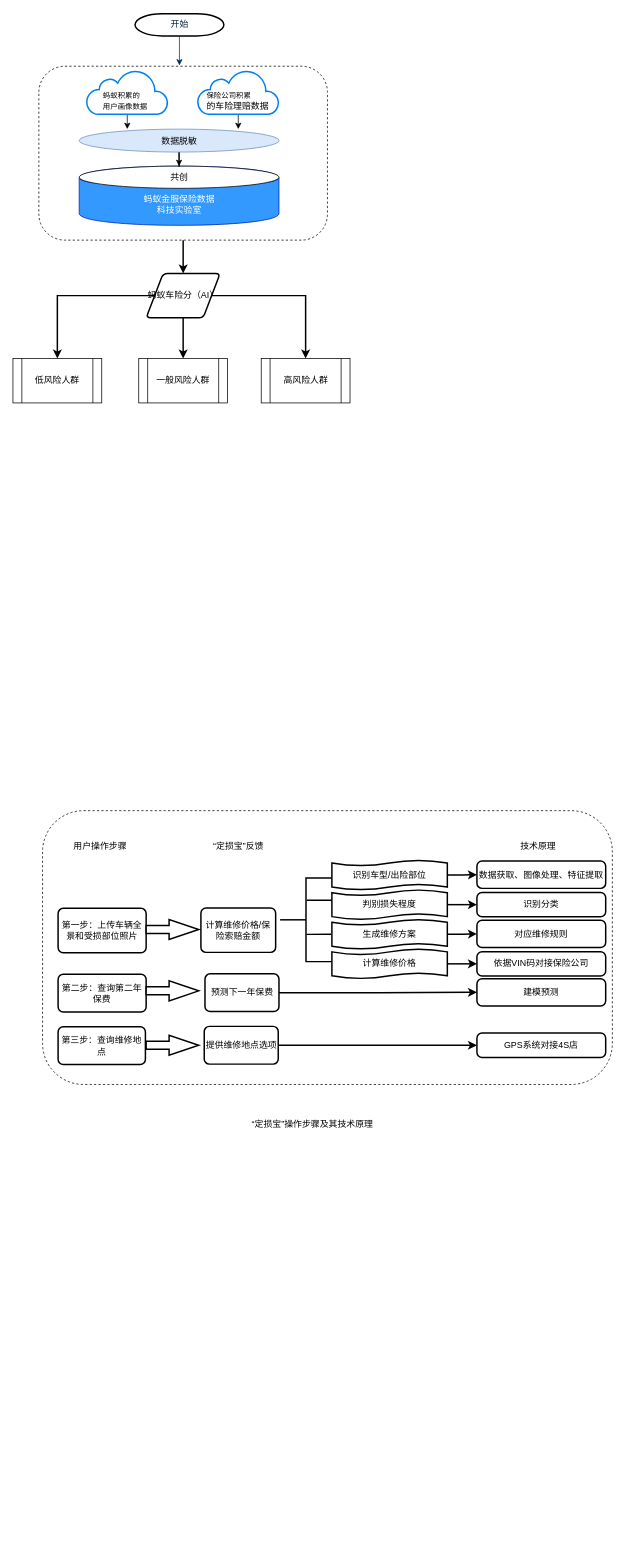
Before: 未命名表单.drawio in tanzhiquan/API_Docs, a draw.io diagram. Source tidied: cells renumbered, new cells numbered last; positions are measured from the earlier drawing's top-left corner, leaving out a move shared by most shapes. Both pictures are drawn from the tidied source at 74%, with x=0, y=0 at pixel (13, 13).
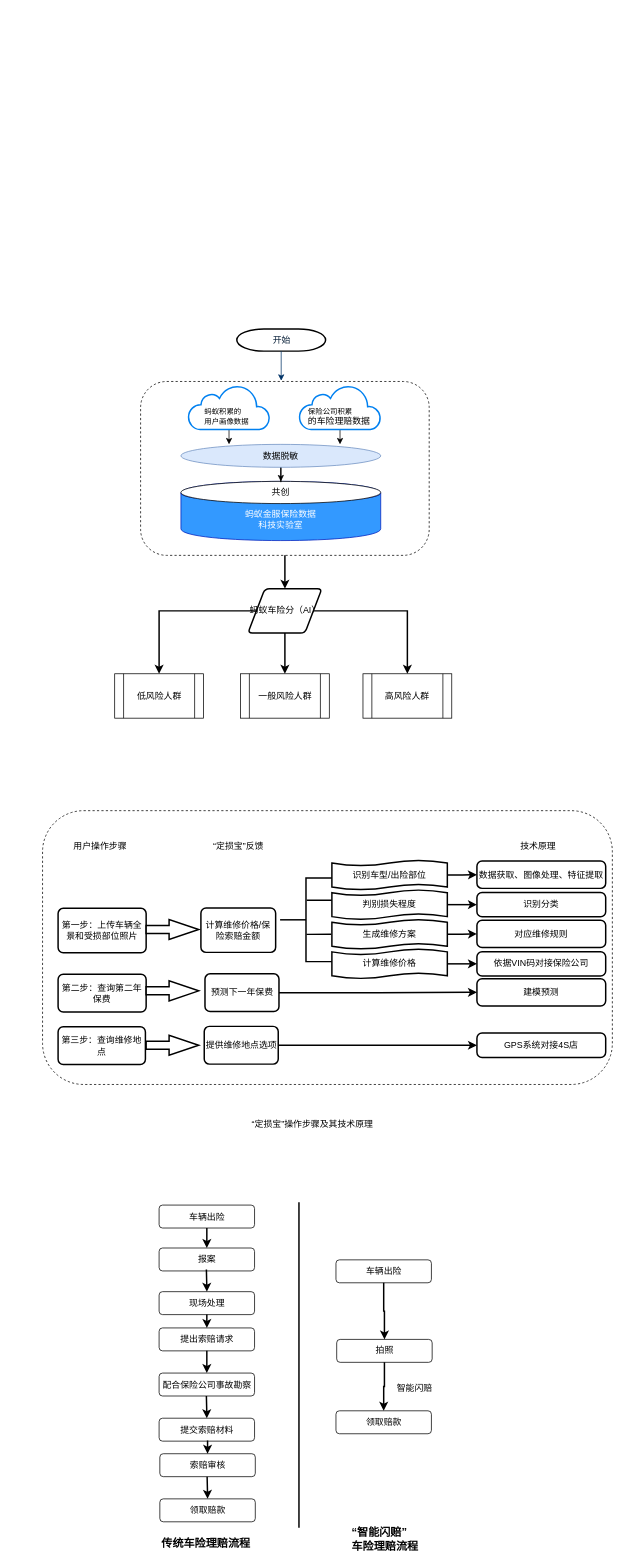
The same diagram, later.

Diff of the diagram source:
```diff
@@
     <mxCell id="2" value="开始" style="shape=mxgraph.flowchart.terminator;fillColor=#FFFFFF;strokeColor=#000000;strokeWidth=2;gradientColor=none;gradientDirection=north;fontColor=#001933;fontStyle=0;html=1;" parent="1" vertex="1">
-      <mxGeometry x="165" width="120" height="30" as="geometry" />
+      <mxGeometry x="302.5" y="426" width="120" height="30" as="geometry" />
     </mxCell>
     <mxCell id="3" style="fontColor=#001933;fontStyle=1;strokeColor=#003366;strokeWidth=1;html=1;" parent="1" edge="1" source="2">
       <mxGeometry relative="1" as="geometry">
-        <mxPoint x="225" y="70" as="targetPoint" />
+        <mxPoint x="362.5" y="496" as="targetPoint" />
       </mxGeometry>
     </mxCell>
     <mxCell id="4" value="蚂蚁金服保险数据&lt;br&gt;科技实验室" style="shape=cylinder;whiteSpace=wrap;html=1;boundedLbl=1;backgroundOutline=1;fillColor=#3399FF;strokeColor=#001DBC;fontColor=#ffffff;gradientColor=none;" parent="1" vertex="1">
-      <mxGeometry x="89.5" y="206" width="270" height="80" as="geometry" />
+      <mxGeometry x="227" y="632" width="270" height="80" as="geometry" />
     </mxCell>
     <mxCell id="5" value="共创" style="ellipse;whiteSpace=wrap;html=1;fillColor=#ffffff;" parent="1" vertex="1">
-      <mxGeometry x="89.5" y="206" width="270" height="30" as="geometry" />
+      <mxGeometry x="227" y="632" width="270" height="30" as="geometry" />
     </mxCell>
@@
     <mxCell id="7" value="数据脱敏" style="ellipse;whiteSpace=wrap;html=1;fillColor=#dae8fc;strokeColor=#6c8ebf;" parent="1" vertex="1">
-      <mxGeometry x="89.5" y="156" width="270" height="31" as="geometry" />
+      <mxGeometry x="227" y="582" width="270" height="31" as="geometry" />
     </mxCell>
@@
     <mxCell id="9" style="html=1;verticalLabelPosition=bottom;align=center;labelBackgroundColor=#ffffff;verticalAlign=top;strokeWidth=2;strokeColor=#0080F0;fillColor=#ffffff;shadow=0;dashed=0;shape=mxgraph.ios7.icons.cloud;" parent="1" vertex="1">
-      <mxGeometry x="99.5" y="76" width="110" height="60" as="geometry" />
+      <mxGeometry x="237" y="502" width="110" height="60" as="geometry" />
     </mxCell>
     <mxCell id="10" value="&lt;font style=&quot;font-size: 10px&quot;&gt;蚂蚁积累的&lt;br style=&quot;font-size: 10px&quot;&gt;用户画像数据&lt;/font&gt;" style="text;html=1;align=left;verticalAlign=top;spacingTop=-4;" parent="1" vertex="1">
-      <mxGeometry x="119.5" y="101" width="90" height="30" as="geometry" />
+      <mxGeometry x="257" y="527" width="90" height="30" as="geometry" />
     </mxCell>
@@
     <mxCell id="12" style="html=1;verticalLabelPosition=bottom;align=center;labelBackgroundColor=#ffffff;verticalAlign=top;strokeWidth=2;strokeColor=#0080F0;fillColor=#ffffff;shadow=0;dashed=0;shape=mxgraph.ios7.icons.cloud;" parent="1" vertex="1">
-      <mxGeometry x="249.5" y="76" width="110" height="60" as="geometry" />
+      <mxGeometry x="387" y="502" width="110" height="60" as="geometry" />
     </mxCell>
     <mxCell id="13" value="&lt;span style=&quot;font-size: 10px&quot;&gt;保险公司积累&lt;br&gt;&lt;/span&gt;的车险理赔数据" style="text;html=1;align=left;verticalAlign=top;spacingTop=-4;" parent="1" vertex="1">
-      <mxGeometry x="259.5" y="101" width="100" height="30" as="geometry" />
+      <mxGeometry x="397" y="527" width="100" height="30" as="geometry" />
     </mxCell>
@@
     <mxCell id="15" style="rounded=1;whiteSpace=wrap;html=1;fillColor=none;gradientColor=none;dashed=1;" parent="1" vertex="1">
-      <mxGeometry x="35" y="71" width="390" height="235" as="geometry" />
+      <mxGeometry x="172.5" y="497" width="390" height="235" as="geometry" />
     </mxCell>
     <mxCell id="16" value="一般风险人群" style="shape=process;whiteSpace=wrap;html=1;backgroundOutline=1;fillColor=none;gradientColor=none;" parent="1" vertex="1">
-      <mxGeometry x="170" y="466" width="120" height="60" as="geometry" />
+      <mxGeometry x="307.5" y="892" width="120" height="60" as="geometry" />
     </mxCell>
     <mxCell id="17" value="低风险人群" style="shape=process;whiteSpace=wrap;html=1;backgroundOutline=1;fillColor=none;gradientColor=none;" parent="1" vertex="1">
-      <mxGeometry y="466" width="120" height="60" as="geometry" />
+      <mxGeometry x="137.5" y="892" width="120" height="60" as="geometry" />
     </mxCell>
     <mxCell id="18" value="高风险人群" style="shape=process;whiteSpace=wrap;html=1;backgroundOutline=1;fillColor=none;gradientColor=none;" parent="1" vertex="1">
-      <mxGeometry x="335.5" y="466" width="120" height="60" as="geometry" />
+      <mxGeometry x="473" y="892" width="120" height="60" as="geometry" />
     </mxCell>
@@
     <mxCell id="22" value="&lt;span style=&quot;white-space: normal&quot;&gt;蚂蚁车险分（AI）&lt;/span&gt;" style="shape=parallelogram;html=1;strokeWidth=2;perimeter=parallelogramPerimeter;whiteSpace=wrap;rounded=1;arcSize=12;size=0.23;fillColor=none;gradientColor=none;" parent="1" vertex="1">
-      <mxGeometry x="180" y="351" width="100" height="60" as="geometry" />
+      <mxGeometry x="317.5" y="777" width="100" height="60" as="geometry" />
     </mxCell>
@@
+    <mxCell id="56" style="edgeStyle=orthogonalEdgeStyle;rounded=0;jettySize=auto;html=1;strokeWidth=2;" parent="1" edge="1" source="57" target="58">
+      <mxGeometry relative="1" as="geometry" />
+    </mxCell>
+    <mxCell id="57" value="车辆出险" style="rounded=1;whiteSpace=wrap;html=1;fillColor=none;" parent="1" vertex="1">
+      <mxGeometry x="197.5" y="1610" width="129" height="31" as="geometry" />
+    </mxCell>
+    <mxCell id="58" value="报案" style="rounded=1;whiteSpace=wrap;html=1;fillColor=none;" parent="1" vertex="1">
+      <mxGeometry x="197.5" y="1668" width="129" height="31" as="geometry" />
+    </mxCell>
+    <mxCell id="59" style="edgeStyle=orthogonalEdgeStyle;rounded=0;jettySize=auto;html=1;strokeWidth=2;" parent="1" edge="1" target="61">
+      <mxGeometry relative="1" as="geometry">
+        <mxPoint x="261.4" y="1697" as="sourcePoint" />
+      </mxGeometry>
+    </mxCell>
+    <mxCell id="60" style="edgeStyle=orthogonalEdgeStyle;rounded=0;jettySize=auto;html=1;exitX=0.5;exitY=1;exitDx=0;exitDy=0;entryX=0.5;entryY=0;entryDx=0;entryDy=0;strokeWidth=2;" parent="1" edge="1" source="61" target="63">
+      <mxGeometry relative="1" as="geometry" />
+    </mxCell>
+    <mxCell id="61" value="现场处理" style="rounded=1;whiteSpace=wrap;html=1;fillColor=none;" parent="1" vertex="1">
+      <mxGeometry x="197.5" y="1727" width="129" height="31" as="geometry" />
+    </mxCell>
+    <mxCell id="62" style="edgeStyle=orthogonalEdgeStyle;rounded=0;jettySize=auto;html=1;strokeWidth=2;" parent="1" edge="1" source="63" target="64">
+      <mxGeometry relative="1" as="geometry" />
+    </mxCell>
+    <mxCell id="63" value="提出索赔请求" style="rounded=1;whiteSpace=wrap;html=1;fillColor=none;" parent="1" vertex="1">
+      <mxGeometry x="197.5" y="1776" width="129" height="31" as="geometry" />
+    </mxCell>
+    <mxCell id="64" value="配合保险公司事故勘察" style="rounded=1;whiteSpace=wrap;html=1;fillColor=none;" parent="1" vertex="1">
+      <mxGeometry x="197.5" y="1837" width="129" height="31" as="geometry" />
+    </mxCell>
+    <mxCell id="65" style="edgeStyle=orthogonalEdgeStyle;rounded=0;jettySize=auto;html=1;strokeWidth=2;" parent="1" edge="1" target="67">
+      <mxGeometry relative="1" as="geometry">
+        <mxPoint x="261.4" y="1868" as="sourcePoint" />
+      </mxGeometry>
+    </mxCell>
+    <mxCell id="66" style="edgeStyle=orthogonalEdgeStyle;rounded=0;jettySize=auto;html=1;exitX=0.5;exitY=1;exitDx=0;exitDy=0;entryX=0.5;entryY=0;entryDx=0;entryDy=0;strokeWidth=2;" parent="1" edge="1" source="67" target="68">
+      <mxGeometry relative="1" as="geometry" />
+    </mxCell>
+    <mxCell id="67" value="提交索赔材料" style="rounded=1;whiteSpace=wrap;html=1;fillColor=none;" parent="1" vertex="1">
+      <mxGeometry x="197.5" y="1898" width="129" height="31" as="geometry" />
+    </mxCell>
+    <mxCell id="68" value="索赔审核" style="rounded=1;whiteSpace=wrap;html=1;fillColor=none;" parent="1" vertex="1">
+      <mxGeometry x="198.5" y="1946" width="129" height="31" as="geometry" />
+    </mxCell>
+    <mxCell id="69" style="edgeStyle=orthogonalEdgeStyle;rounded=0;jettySize=auto;html=1;strokeWidth=2;" parent="1" edge="1" target="70">
+      <mxGeometry relative="1" as="geometry">
+        <mxPoint x="262.4" y="1977" as="sourcePoint" />
+      </mxGeometry>
+    </mxCell>
+    <mxCell id="70" value="领取赔款" style="rounded=1;whiteSpace=wrap;html=1;fillColor=none;" parent="1" vertex="1">
+      <mxGeometry x="198.5" y="2007" width="129" height="31" as="geometry" />
+    </mxCell>
+    <mxCell id="71" style="edgeStyle=orthogonalEdgeStyle;rounded=0;jettySize=auto;html=1;strokeWidth=2;" parent="1" edge="1" source="72" target="74">
+      <mxGeometry relative="1" as="geometry" />
+    </mxCell>
+    <mxCell id="72" value="车辆出险" style="rounded=1;whiteSpace=wrap;html=1;fillColor=none;" parent="1" vertex="1">
+      <mxGeometry x="436.5" y="1684" width="129" height="31" as="geometry" />
+    </mxCell>
+    <mxCell id="73" style="edgeStyle=orthogonalEdgeStyle;rounded=0;jettySize=auto;html=1;strokeWidth=2;" parent="1" edge="1" source="74" target="75">
+      <mxGeometry relative="1" as="geometry" />
+    </mxCell>
+    <mxCell id="74" value="拍照" style="rounded=1;whiteSpace=wrap;html=1;fillColor=none;" parent="1" vertex="1">
+      <mxGeometry x="437.5" y="1791.5" width="129" height="31" as="geometry" />
+    </mxCell>
+    <mxCell id="75" value="领取赔款" style="rounded=1;whiteSpace=wrap;html=1;fillColor=none;" parent="1" vertex="1">
+      <mxGeometry x="436.5" y="1888" width="129" height="31" as="geometry" />
+    </mxCell>
+    <mxCell id="76" style="endArrow=none;html=1;strokeWidth=2;" parent="1" edge="1">
+      <mxGeometry relative="1" as="geometry">
+        <mxPoint x="386.5" y="1606" as="sourcePoint" />
+        <mxPoint x="386.5" y="2046" as="targetPoint" />
+      </mxGeometry>
+    </mxCell>
+    <mxCell id="77" value="智能闪赔" style="text;html=1;align=left;verticalAlign=top;spacingTop=-4;" parent="1" vertex="1">
+      <mxGeometry x="516.5" y="1848" width="60" height="20" as="geometry" />
+    </mxCell>
+    <mxCell id="78" value="&lt;font style=&quot;font-size: 15px&quot;&gt;&lt;b&gt;“智能闪赔”&lt;br&gt;车险理赔流程&lt;/b&gt;&lt;/font&gt;" style="text;html=1;align=left;verticalAlign=top;spacingTop=-4;" parent="1" vertex="1">
+      <mxGeometry x="455.5" y="2041" width="110" height="30" as="geometry" />
+    </mxCell>
+    <mxCell id="79" value="&lt;font style=&quot;font-size: 15px&quot;&gt;&lt;b&gt;传统车险理赔流程&lt;/b&gt;&lt;/font&gt;" style="text;html=1;align=left;verticalAlign=top;spacingTop=-4;" parent="1" vertex="1">
+      <mxGeometry x="198.5" y="2056" width="140" height="20" as="geometry" />
+    </mxCell>
```
